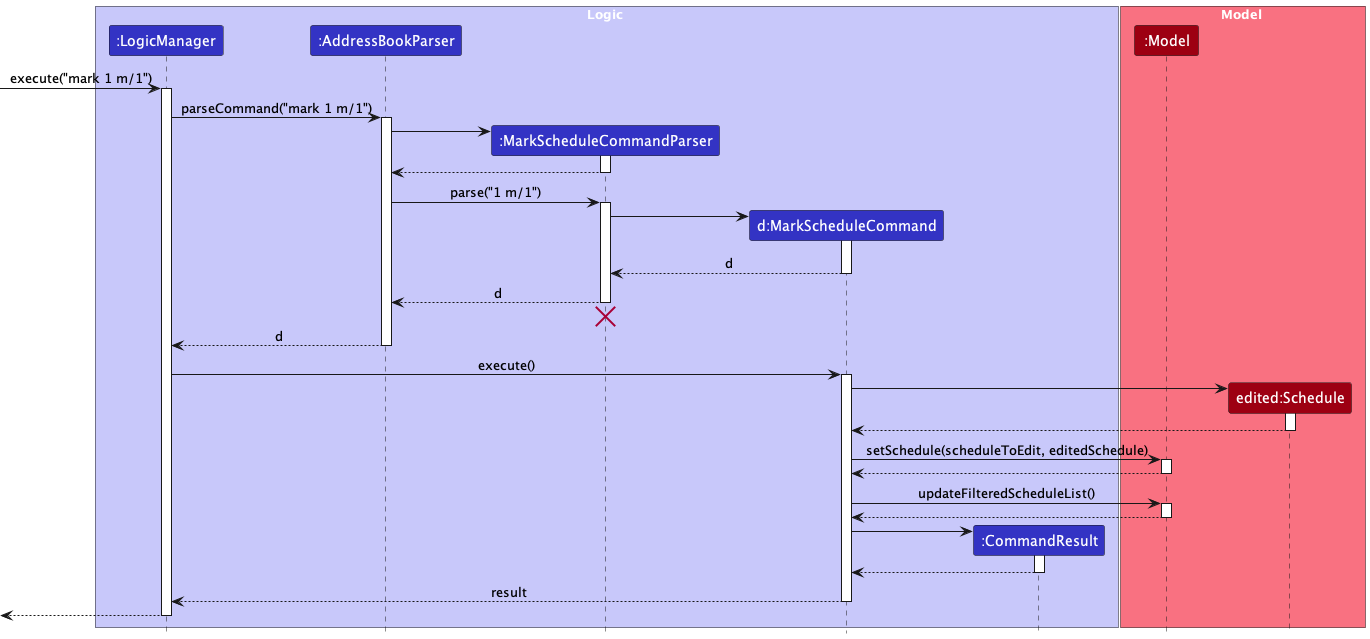
Above: docs/images/MarkScheduleSequenceDiagram.png in nus-cs2103-AY2324S1/tp (PlantUML), before the change.
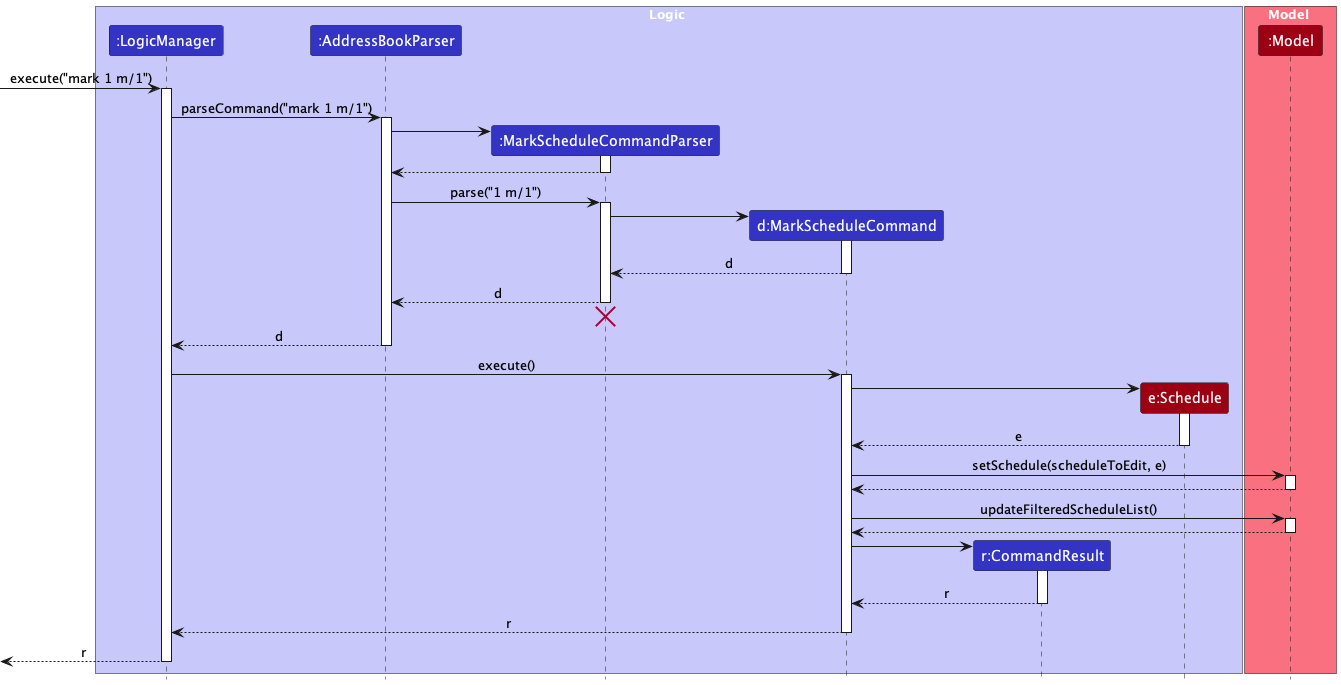
Above is the later version.

What changed in the source:
```diff
@@ -7,12 +7,12 @@
 participant ":AddressBookParser" as AddressBookParser LOGIC_COLOR
 participant ":MarkScheduleCommandParser" as MarkScheduleCommandParser LOGIC_COLOR
 participant "d:MarkScheduleCommand" as MarkScheduleCommand LOGIC_COLOR
-participant ":CommandResult" as CommandResult LOGIC_COLOR
+participant "r:CommandResult" as CommandResult LOGIC_COLOR
+participant "e:Schedule" as EditedSchedule MODEL_COLOR
 end box
 
 box Model MODEL_COLOR_T1
 participant ":Model" as Model MODEL_COLOR
-participant "edited:Schedule" as EditedSchedule MODEL_COLOR
 end box
 
 [-> LogicManager : execute("mark 1 m/1")
@@ -52,9 +52,9 @@
 
 create EditedSchedule
 MarkScheduleCommand -> EditedSchedule ++
-return
+return e
 
-MarkScheduleCommand -> Model ++ : setSchedule(scheduleToEdit, editedSchedule)
+MarkScheduleCommand -> Model ++ : setSchedule(scheduleToEdit, e)
 return
 
 MarkScheduleCommand -> Model ++ : updateFilteredScheduleList()
@@ -66,12 +66,12 @@
 MarkScheduleCommand -> CommandResult
 activate CommandResult
 
-CommandResult --> MarkScheduleCommand
+CommandResult --> MarkScheduleCommand : r
 deactivate CommandResult
 
-MarkScheduleCommand --> LogicManager : result
+MarkScheduleCommand --> LogicManager : r
 deactivate MarkScheduleCommand
 
-[<--LogicManager
+[<--LogicManager: r
 deactivate LogicManager
 @enduml
```
